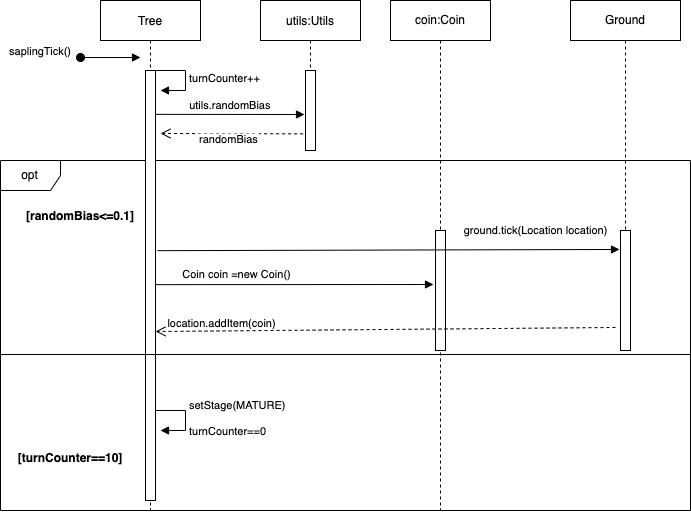
The draw.io diagram design-docs/REQ1_sequencediagram.png in syedzubinhafiz/supermario, before a commit. Source tidied: cells renumbered, new cells last; positions are measured from the earlier drawing's top-left corner, leaving out a move shared by most shapes.
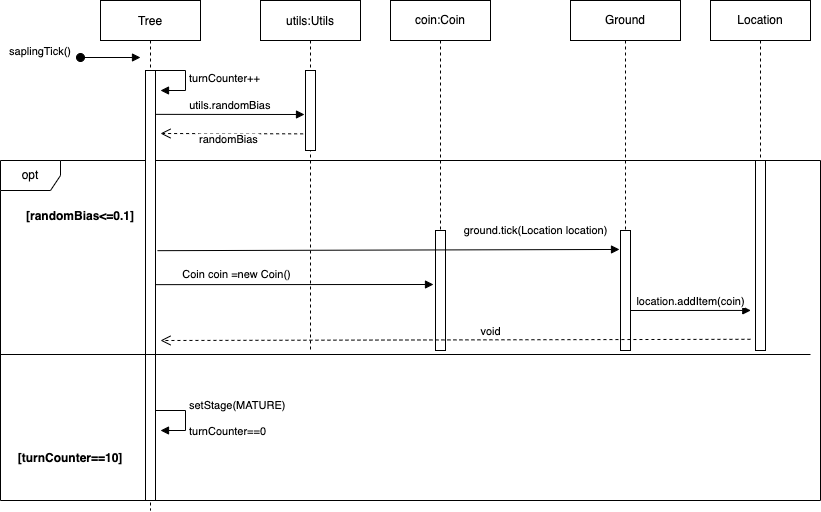
Later version of the same file.

Commit message:
sequence diagrams for req1&2 done

Diff of the diagram source:
```diff
@@ -3,7 +3,7 @@
     <mxCell id="0" />
     <mxCell id="1" parent="0" />
     <mxCell id="2" value="opt" style="shape=umlFrame;whiteSpace=wrap;html=1;" parent="1" vertex="1">
-      <mxGeometry y="160" width="690" height="350" as="geometry" />
+      <mxGeometry y="160" width="820" height="340" as="geometry" />
     </mxCell>
     <mxCell id="3" value="Tree" style="shape=umlLifeline;perimeter=lifelinePerimeter;rounded=0;shadow=0;strokeWidth=1;" parent="1" vertex="1">
       <mxGeometry x="100" width="100" height="510" as="geometry" />
@@ -37,13 +37,13 @@
       </mxGeometry>
     </mxCell>
     <mxCell id="8" value="utils:Utils" style="shape=umlLifeline;perimeter=lifelinePerimeter;rounded=0;shadow=0;strokeWidth=1;" parent="1" vertex="1">
-      <mxGeometry x="260" width="100" height="150" as="geometry" />
+      <mxGeometry x="260" width="100" height="350" as="geometry" />
     </mxCell>
     <mxCell id="9" style="points=[];perimeter=orthogonalPerimeter;rounded=0;shadow=0;strokeWidth=1;" parent="8" vertex="1">
       <mxGeometry x="45" y="70" width="10" height="80" as="geometry" />
     </mxCell>
     <mxCell id="10" style="line;strokeWidth=1;fillColor=none;align=left;verticalAlign=middle;spacingTop=-1;spacingLeft=3;spacingRight=3;labelPosition=right;" parent="8" vertex="1">
-      <mxGeometry x="-260" y="350" width="690" height="8" as="geometry" />
+      <mxGeometry x="-260" y="350" width="810" height="8" as="geometry" />
     </mxCell>
     <mxCell id="11" value="randomBias" style="verticalAlign=bottom;endArrow=open;dashed=1;endSize=8;shadow=0;strokeWidth=1;exitX=-0.238;exitY=0.792;exitDx=0;exitDy=0;exitPerimeter=0;" parent="1" edge="1" source="9">
       <mxGeometry x="0.03" y="15" relative="1" as="geometry">
@@ -57,7 +57,7 @@
       <mxGeometry x="30" y="200" width="100" height="30" as="geometry" />
     </mxCell>
     <mxCell id="14" value="coin:Coin" style="shape=umlLifeline;perimeter=lifelinePerimeter;whiteSpace=wrap;html=1;" parent="1" vertex="1">
-      <mxGeometry x="390" width="100" height="510" as="geometry" />
+      <mxGeometry x="390" width="100" height="350" as="geometry" />
     </mxCell>
     <mxCell id="15" style="html=1;points=[];perimeter=orthogonalPerimeter;" parent="14" vertex="1">
       <mxGeometry x="45" y="230" width="10" height="120" as="geometry" />
@@ -65,12 +65,14 @@
     <mxCell id="16" value="Ground" style="shape=umlLifeline;perimeter=lifelinePerimeter;whiteSpace=wrap;html=1;size=40;" parent="1" vertex="1">
       <mxGeometry x="570" width="110" height="350" as="geometry" />
     </mxCell>
+    <mxCell id="18" value="location.addItem(coin)" style="html=1;verticalAlign=bottom;endArrow=block;rounded=0;entryX=0.915;entryY=0.441;entryDx=0;entryDy=0;entryPerimeter=0;" parent="16" edge="1" target="2">
+      <mxGeometry relative="1" as="geometry">
+        <mxPoint x="60" y="310" as="sourcePoint" />
+      </mxGeometry>
+    </mxCell>
     <mxCell id="17" style="html=1;points=[];perimeter=orthogonalPerimeter;" parent="1" vertex="1">
       <mxGeometry x="620" y="230" width="10" height="120" as="geometry" />
     </mxCell>
-    <mxCell id="18" value="location.addItem(coin)" style="html=1;verticalAlign=bottom;endArrow=open;dashed=1;endSize=8;rounded=0;exitX=-0.5;exitY=0.808;exitDx=0;exitDy=0;exitPerimeter=0;entryX=1;entryY=0.607;entryDx=0;entryDy=0;entryPerimeter=0;" parent="1" edge="1" source="17" target="4">
-      <mxGeometry x="0.72" y="2" relative="1" as="geometry" />
-    </mxCell>
     <mxCell id="19" value="[turnCounter==10]" style="text;align=center;fontStyle=1;verticalAlign=middle;spacingLeft=3;spacingRight=3;strokeColor=none;" parent="1" vertex="1">
       <mxGeometry x="30" y="444" width="80" height="26" as="geometry" />
     </mxCell>
@@ -80,5 +82,16 @@
     <mxCell id="21" value="Coin coin =new Coin()" style="html=1;verticalAlign=bottom;endArrow=block;rounded=0;entryX=-0.2;entryY=0.45;entryDx=0;entryDy=0;entryPerimeter=0;exitX=1;exitY=0.498;exitDx=0;exitDy=0;exitPerimeter=0;" parent="1" edge="1" source="4" target="15">
       <mxGeometry x="-0.42" y="1" relative="1" as="geometry" />
     </mxCell>
+    <mxCell id="22" value="Location" style="shape=umlLifeline;perimeter=lifelinePerimeter;whiteSpace=wrap;html=1;" parent="1" vertex="1">
+      <mxGeometry x="710" width="100" height="350" as="geometry" />
+    </mxCell>
+    <mxCell id="23" style="html=1;points=[];perimeter=orthogonalPerimeter;" parent="22" vertex="1">
+      <mxGeometry x="45" y="160" width="10" height="190" as="geometry" />
+    </mxCell>
+    <mxCell id="24" value="void" style="html=1;verticalAlign=bottom;endArrow=open;dashed=1;endSize=8;rounded=0;exitX=-0.506;exitY=0.941;exitDx=0;exitDy=0;exitPerimeter=0;" parent="22" edge="1" source="23">
+      <mxGeometry x="-0.12" y="1" relative="1" as="geometry">
+        <mxPoint x="-550" y="340" as="targetPoint" />
+      </mxGeometry>
+    </mxCell>
   </root>
 </mxGraphModel>
```
